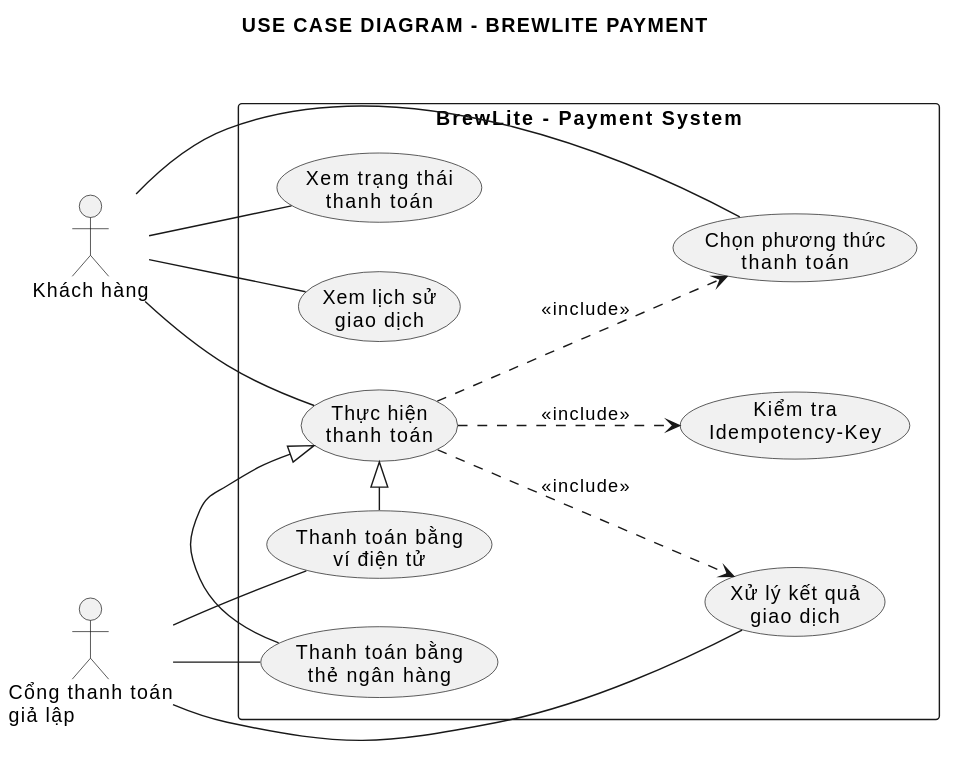
Above: report/figures/usecase-payment.svg in ChienPM-27/BrewLite_02 (PlantUML), before the change.
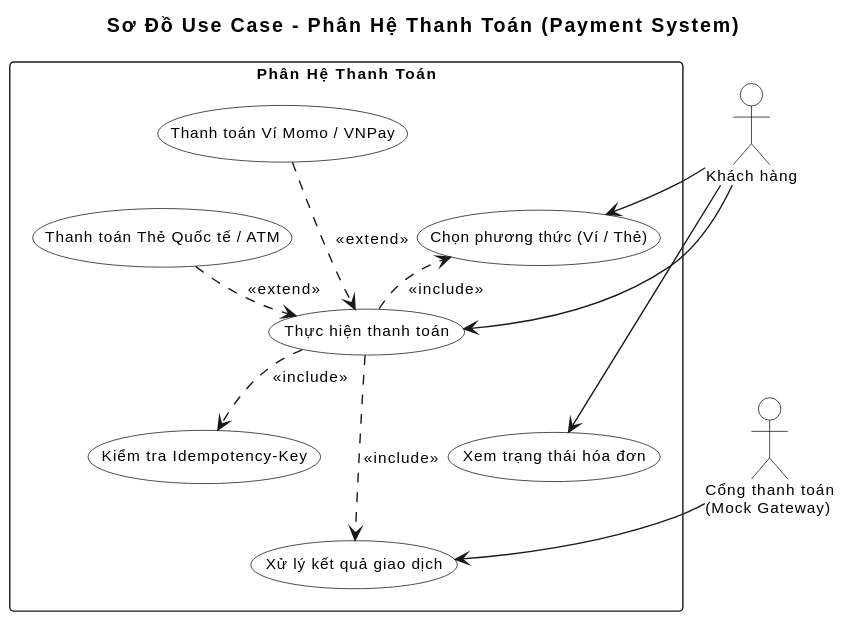
Later version of the same file.

Diff of the diagram source:
```diff
@@ -1,38 +1,52 @@
 @startuml
-title USE CASE DIAGRAM - BREWLITE PAYMENT
+title Sơ Đồ Use Case - Phân Hệ Thanh Toán (Payment System)
 
-left to right direction
+skinparam defaultFontName Arial
 skinparam shadowing false
-skinparam packageStyle rectangle
-skinparam defaultFontName Arial
+skinparam roundcorner 6
+skinparam defaultFontSize 11
+skinparam nodesep 12
+skinparam ranksep 14
+
+skinparam actor {
+    BackgroundColor white
+    BorderColor black
+}
+skinparam usecase {
+    BackgroundColor white
+    BorderColor black
+}
 
 actor "Khách hàng" as Customer
-actor "Cổng thanh toán\ngiả lập" as Gateway
 
-rectangle "BrewLite - Payment System" {
-    usecase "Chọn phương thức\nthanh toán" as UC1
-    usecase "Thực hiện\nthanh toán" as UC2
-    usecase "Thanh toán bằng\nví điện tử" as UC3
-    usecase "Thanh toán bằng\nthẻ ngân hàng" as UC4
-    usecase "Xem trạng thái\nthanh toán" as UC5
-    usecase "Xem lịch sử\ngiao dịch" as UC6
-    usecase "Kiểm tra\nIdempotency-Key" as UC7
-    usecase "Xử lý kết quả\ngiao dịch" as UC8
+rectangle "Phân Hệ Thanh Toán" {
+    usecase "Chọn phương thức (Ví / Thẻ)" as UC1
+    usecase "Thực hiện thanh toán" as UC2
+    usecase "Thanh toán Ví Momo / VNPay" as UC3
+    usecase "Thanh toán Thẻ Quốc tế / ATM" as UC4
+    usecase "Kiểm tra Idempotency-Key" as UC7
+    usecase "Xử lý kết quả giao dịch" as UC8
+    usecase "Xem trạng thái hóa đơn" as UC5
 }
 
-Customer -- UC1
-Customer -- UC2
-Customer -- UC5
-Customer -- UC6
+actor "Cổng thanh toán\n(Mock Gateway)" as Gateway
+
+Customer --> UC1
+Customer --> UC2
+Customer --> UC5
 
 UC2 ..> UC1 : <<include>>
 UC2 ..> UC7 : <<include>>
 UC2 ..> UC8 : <<include>>
 
-UC3 -|> UC2
-UC4 -|> UC2
+UC3 ..> UC2 : <<extend>>
+UC4 ..> UC2 : <<extend>>
 
-Gateway -- UC3
-Gateway -- UC4
-Gateway -- UC8
+Gateway --> UC8
+
+UC1 -[hidden]down-> UC2
+UC2 -[hidden]down-> UC5
+UC3 -[hidden]down-> UC4
+UC7 -[hidden]down-> UC8
+UC4 -[hidden]down-> UC7
 @enduml
```
